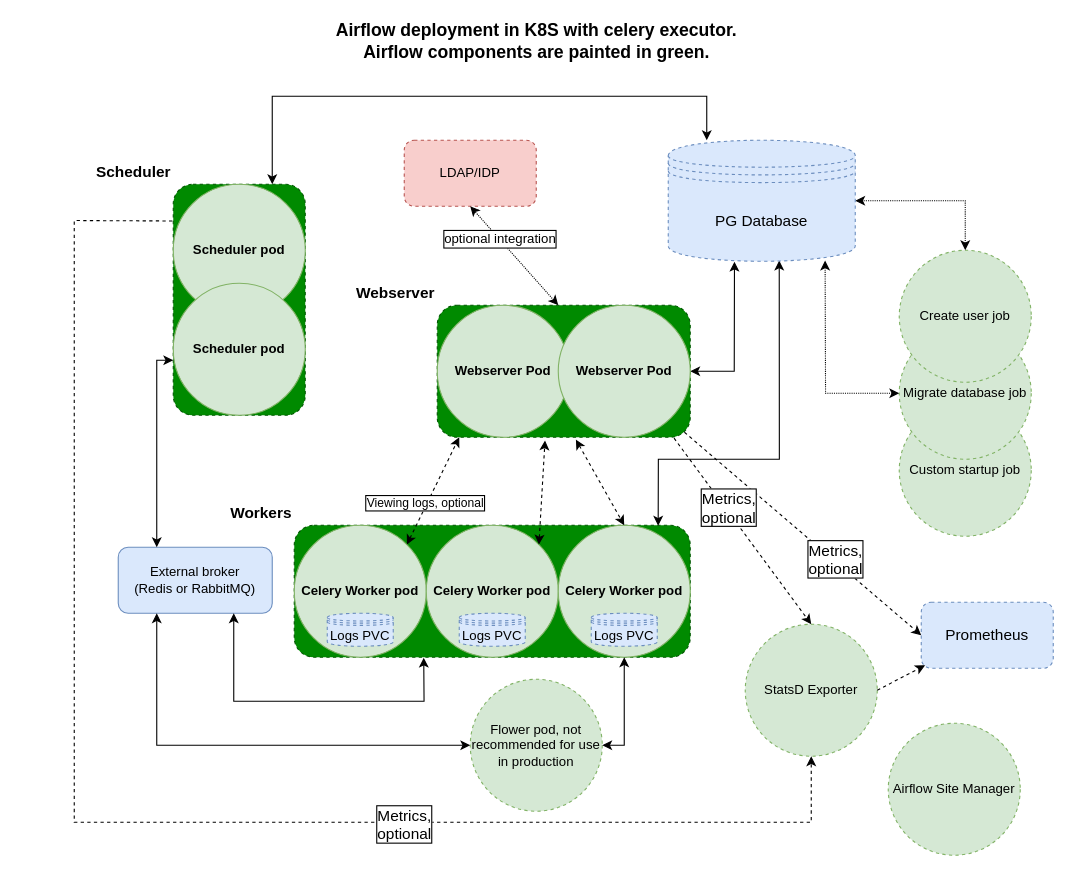
Above: docs/sources/drawio/airflow_arch_celery.drawio in Netcracker/qubership-airflow (draw.io), before the change. Source tidied: cells renumbered, new cells numbered last; positions are measured from the earlier drawing's top-left corner, leaving out a move shared by most shapes. Both pictures are drawn from the tidied source at 110%, with x=0, y=0 at pixel (74, 19).
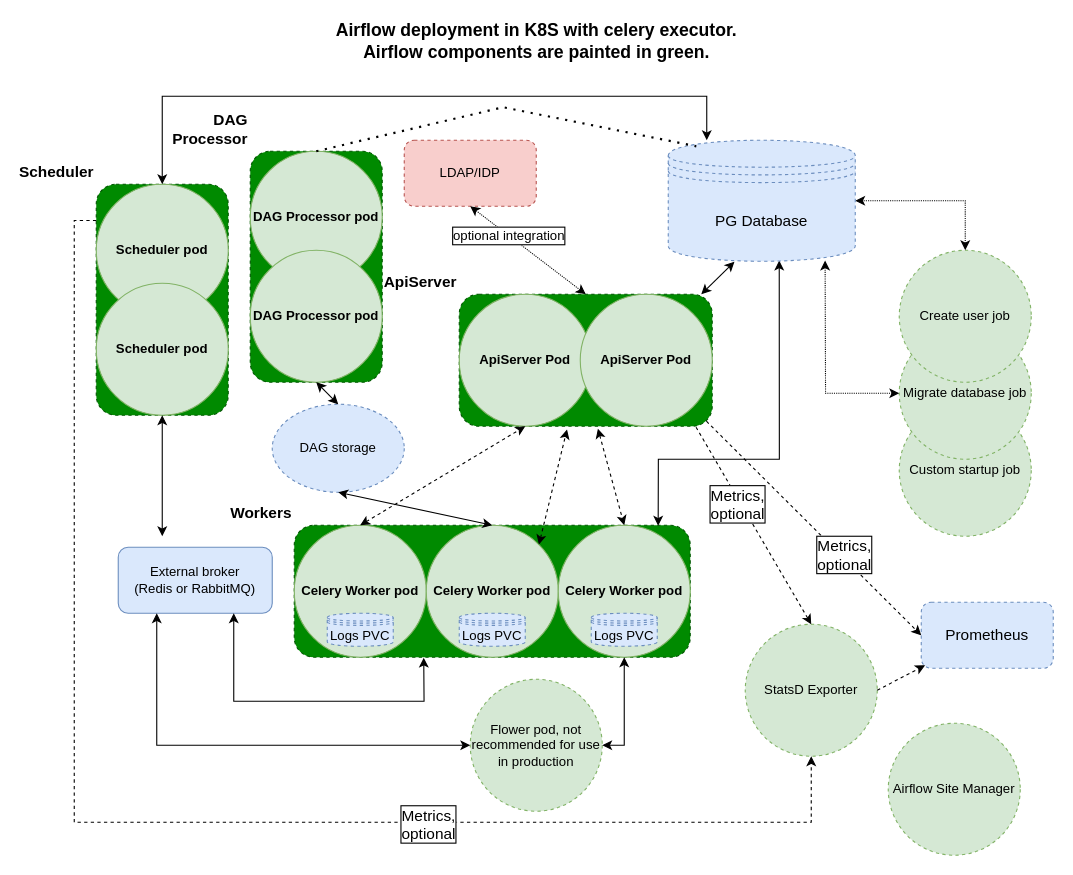
The same diagram, later.

Unchanged cells that the change refers to:
```xml
<mxCell id="3" value="External broker&lt;br&gt;(Redis or RabbitMQ)" style="rounded=1;whiteSpace=wrap;html=1;fillColor=#dae8fc;strokeColor=#6c8ebf;" parent="1" vertex="1">
  <mxGeometry x="40" y="480" width="140" height="60" as="geometry" />
</mxCell>
<mxCell id="10" value="&lt;b&gt;Celery Worker pod&lt;/b&gt;" style="ellipse;whiteSpace=wrap;html=1;fillColor=#d5e8d4;strokeColor=#82b366;" parent="1" vertex="1">
  <mxGeometry x="200" y="460" width="120" height="120" as="geometry" />
</mxCell>
<mxCell id="11" value="&lt;b&gt;Celery Worker pod&lt;/b&gt;" style="ellipse;whiteSpace=wrap;html=1;fillColor=#d5e8d4;strokeColor=#82b366;" parent="1" vertex="1">
  <mxGeometry x="320" y="460" width="120" height="120" as="geometry" />
</mxCell>
<mxCell id="18" value="LDAP/IDP" style="rounded=1;whiteSpace=wrap;html=1;fillColor=#f8cecc;strokeColor=#b85450;dashed=1;" parent="1" vertex="1">
  <mxGeometry x="300" y="110" width="120" height="60" as="geometry" />
</mxCell>
<mxCell id="28" value="StatsD Exporter" style="ellipse;whiteSpace=wrap;html=1;fontSize=12;fillColor=#d5e8d4;dashed=1;strokeColor=#82b366;" parent="1" vertex="1">
  <mxGeometry x="610" y="550" width="120" height="120" as="geometry" />
</mxCell>
<mxCell id="29" value="PG Database" style="shape=datastore;whiteSpace=wrap;html=1;shadow=0;dashed=1;fontSize=14;fillColor=#dae8fc;strokeColor=#6c8ebf;" parent="1" vertex="1">
  <mxGeometry x="540" y="110" width="170" height="110" as="geometry" />
</mxCell>
```

Diff of the diagram source:
```diff
@@
-    <mxCell id="5" value="&lt;b&gt;&lt;font style=&quot;font-size: 14px&quot; color=&quot;#000000&quot;&gt;Webserver&lt;/font&gt;&lt;/b&gt;" style="rounded=1;whiteSpace=wrap;html=1;dashed=1;spacingTop=0;labelPosition=left;verticalLabelPosition=top;align=right;verticalAlign=bottom;fillColor=#008a00;fontColor=#ffffff;strokeColor=#005700;" parent="1" vertex="1">
-      <mxGeometry x="330" y="260" width="230" height="120" as="geometry" />
+    <mxCell id="5" value="&lt;font color=&quot;#000000&quot;&gt;&lt;span style=&quot;font-size: 14px&quot;&gt;&lt;b&gt;ApiServer&lt;/b&gt;&lt;/span&gt;&lt;/font&gt;" style="rounded=1;whiteSpace=wrap;html=1;dashed=1;spacingTop=0;labelPosition=left;verticalLabelPosition=top;align=right;verticalAlign=bottom;fillColor=#008a00;fontColor=#ffffff;strokeColor=#005700;" parent="1" vertex="1">
+      <mxGeometry x="350" y="250" width="230" height="120" as="geometry" />
     </mxCell>
     <mxCell id="6" value="&lt;b&gt;&lt;font style=&quot;font-size: 14px&quot; color=&quot;#000000&quot;&gt;Scheduler&lt;/font&gt;&lt;/b&gt;" style="rounded=1;whiteSpace=wrap;html=1;dashed=1;spacingTop=0;labelPosition=left;verticalLabelPosition=top;align=right;verticalAlign=bottom;fillColor=#008a00;fontColor=#ffffff;strokeColor=#005700;" parent="1" vertex="1">
-      <mxGeometry x="90" y="150" width="120" height="210" as="geometry" />
+      <mxGeometry x="20" y="150" width="120" height="210" as="geometry" />
     </mxCell>
-    <mxCell id="7" value="&lt;b&gt;Webserver Pod&lt;/b&gt;" style="ellipse;whiteSpace=wrap;html=1;fillColor=#d5e8d4;strokeColor=#82b366;" parent="1" vertex="1">
-      <mxGeometry x="330" y="260" width="120" height="120" as="geometry" />
+    <mxCell id="7" value="&lt;b&gt;ApiServer Pod&lt;/b&gt;" style="ellipse;whiteSpace=wrap;html=1;fillColor=#d5e8d4;strokeColor=#82b366;" parent="1" vertex="1">
+      <mxGeometry x="350" y="250" width="120" height="120" as="geometry" />
     </mxCell>
     <mxCell id="8" value="&lt;b&gt;Scheduler pod&lt;br&gt;&lt;/b&gt;" style="ellipse;whiteSpace=wrap;html=1;fillColor=#d5e8d4;strokeColor=#82b366;" parent="1" vertex="1">
-      <mxGeometry x="90" y="150" width="120" height="120" as="geometry" />
+      <mxGeometry x="20" y="150" width="120" height="120" as="geometry" />
     </mxCell>
     <mxCell id="9" value="&lt;b&gt;Scheduler pod&lt;/b&gt;" style="ellipse;whiteSpace=wrap;html=1;fillColor=#d5e8d4;strokeColor=#82b366;" parent="1" vertex="1">
-      <mxGeometry x="90" y="240" width="120" height="120" as="geometry" />
+      <mxGeometry x="20" y="240" width="120" height="120" as="geometry" />
     </mxCell>
@@
-    <mxCell id="14" style="endArrow=classic;startArrow=classic;html=1;rounded=0;exitX=1;exitY=0.5;exitDx=0;exitDy=0;entryX=0.39;entryY=1.004;entryDx=0;entryDy=0;entryPerimeter=0;exitPerimeter=0;" parent="1" edge="1" source="26">
+    <mxCell id="14" style="endArrow=classic;startArrow=classic;html=1;rounded=0;entryX=0.39;entryY=1.004;entryDx=0;entryDy=0;entryPerimeter=0;" parent="1" edge="1">
       <mxGeometry relative="1" as="geometry">
+        <mxPoint x="570" y="250" as="sourcePoint" />
         <mxPoint x="600.2" y="220.4" as="targetPoint" />
-        <Array as="points">
-          <mxPoint x="600" y="320" />
-        </Array>
       </mxGeometry>
     </mxCell>
-    <mxCell id="15" value="Viewing logs, optional" style="endArrow=classic;startArrow=classic;html=1;rounded=0;exitX=1;exitY=0;exitDx=0;exitDy=0;dashed=1;labelBorderColor=default;" parent="1" edge="1" source="10">
-      <mxGeometry x="-0.24" y="1" relative="1" as="geometry">
-        <mxPoint x="350" y="380" as="targetPoint" />
-      </mxGeometry>
-    </mxCell>
@@
-    <mxCell id="19" value="&lt;font style=&quot;font-size: 12px&quot;&gt;optional integration&lt;/font&gt;" style="endArrow=classic;startArrow=classic;html=1;rounded=0;entryX=0.5;entryY=1;entryDx=0;entryDy=0;dashed=1;dashPattern=1 1;labelBorderColor=default;" parent="1" edge="1" target="18">
-      <mxGeometry x="0.33" relative="1" as="geometry">
-        <mxPoint x="440" y="260" as="sourcePoint" />
-      </mxGeometry>
+    <mxCell id="19" value="&lt;font style=&quot;font-size: 12px&quot;&gt;optional integration&lt;/font&gt;" style="endArrow=classic;startArrow=classic;html=1;rounded=0;entryX=0.5;entryY=1;entryDx=0;entryDy=0;dashed=1;dashPattern=1 1;labelBorderColor=default;exitX=0.5;exitY=0;exitDx=0;exitDy=0;" parent="1" edge="1" source="5" target="18">
+      <mxGeometry x="0.33" relative="1" as="geometry" />
     </mxCell>
@@
-    <mxCell id="26" value="&lt;b&gt;Webserver Pod&lt;/b&gt;" style="ellipse;whiteSpace=wrap;html=1;fillColor=#d5e8d4;strokeColor=#82b366;" parent="1" vertex="1">
-      <mxGeometry x="440" y="260" width="120" height="120" as="geometry" />
+    <mxCell id="26" value="&lt;b&gt;ApiServer Pod&lt;/b&gt;" style="ellipse;whiteSpace=wrap;html=1;fillColor=#d5e8d4;strokeColor=#82b366;" parent="1" vertex="1">
+      <mxGeometry x="460" y="250" width="120" height="120" as="geometry" />
     </mxCell>
-    <mxCell id="27" style="endArrow=classic;startArrow=classic;html=1;rounded=0;labelBackgroundColor=none;fontSize=14;fontColor=#000000;exitX=0.75;exitY=0;exitDx=0;exitDy=0;entryX=0.25;entryY=0;entryDx=0;entryDy=0;" parent="1" edge="1" source="6">
+    <mxCell id="27" style="endArrow=classic;startArrow=classic;html=1;rounded=0;labelBackgroundColor=none;fontSize=14;fontColor=#000000;exitX=0.5;exitY=0;exitDx=0;exitDy=0;entryX=0.25;entryY=0;entryDx=0;entryDy=0;" parent="1" edge="1" source="8">
       <mxGeometry relative="1" as="geometry">
         <mxPoint x="575" y="110" as="targetPoint" />
         <Array as="points">
-          <mxPoint x="180" y="70" />
+          <mxPoint x="80" y="70" />
           <mxPoint x="350" y="70" />
           <mxPoint x="575" y="70" />
         </Array>
       </mxGeometry>
     </mxCell>
@@
-    <mxCell id="36" style="endArrow=classic;html=1;rounded=0;dashed=1;labelBackgroundColor=none;fontSize=14;fontColor=#FFFFFF;exitX=-0.007;exitY=0.159;exitDx=0;exitDy=0;exitPerimeter=0;entryX=0.5;entryY=1;entryDx=0;entryDy=0;" parent="1" edge="1" source="6" target="28">
+    <mxCell id="36" style="endArrow=classic;html=1;rounded=0;dashed=1;labelBackgroundColor=none;fontSize=14;fontColor=#FFFFFF;entryX=0.5;entryY=1;entryDx=0;entryDy=0;" parent="1" edge="1" target="28">
       <mxGeometry relative="1" as="geometry">
+        <mxPoint x="20" y="183" as="sourcePoint" />
         <Array as="points">
           <mxPoint y="183" />
           <mxPoint y="730" />
           <mxPoint x="310" y="730" />
           <mxPoint x="670" y="730" />
         </Array>
       </mxGeometry>
     </mxCell>
@@
-    <mxCell id="39" style="endArrow=classic;startArrow=classic;html=1;rounded=0;entryX=0;entryY=0.583;entryDx=0;entryDy=0;exitX=0.25;exitY=0;exitDx=0;exitDy=0;entryPerimeter=0;" parent="1" edge="1" source="3" target="9">
+    <mxCell id="39" style="endArrow=classic;startArrow=classic;html=1;rounded=0;entryX=0.5;entryY=1;entryDx=0;entryDy=0;" parent="1" edge="1" target="9">
       <mxGeometry relative="1" as="geometry">
-        <Array as="points">
-          <mxPoint x="75" y="310" />
-        </Array>
+        <mxPoint x="80" y="470" as="sourcePoint" />
       </mxGeometry>
     </mxCell>
@@
+    <mxCell id="46" value="&lt;b&gt;&lt;font style=&quot;font-size: 14px&quot; color=&quot;#000000&quot;&gt;DAG&lt;br&gt;Processor&lt;br&gt;&lt;/font&gt;&lt;/b&gt;" style="rounded=1;whiteSpace=wrap;html=1;dashed=1;spacingTop=0;labelPosition=left;verticalLabelPosition=top;align=right;verticalAlign=bottom;fillColor=#008a00;fontColor=#ffffff;strokeColor=#005700;" parent="1" vertex="1">
+      <mxGeometry x="160" y="120" width="120" height="210" as="geometry" />
+    </mxCell>
+    <mxCell id="47" value="&lt;b&gt;DAG Processor pod&lt;br&gt;&lt;/b&gt;" style="ellipse;whiteSpace=wrap;html=1;fillColor=#d5e8d4;strokeColor=#82b366;" parent="1" vertex="1">
+      <mxGeometry x="160" y="120" width="120" height="120" as="geometry" />
+    </mxCell>
+    <mxCell id="48" value="&lt;b&gt;DAG Processor pod&lt;/b&gt;" style="ellipse;whiteSpace=wrap;html=1;fillColor=#d5e8d4;strokeColor=#82b366;" parent="1" vertex="1">
+      <mxGeometry x="160" y="210" width="120" height="120" as="geometry" />
+    </mxCell>
+    <mxCell id="49" style="endArrow=classic;startArrow=classic;html=1;rounded=0;dashed=1;exitX=0.5;exitY=0;exitDx=0;exitDy=0;entryX=0.5;entryY=1;entryDx=0;entryDy=0;" parent="1" edge="1" source="10" target="7">
+      <mxGeometry relative="1" as="geometry" />
+    </mxCell>
+    <mxCell id="50" value="DAG storage" style="ellipse;whiteSpace=wrap;html=1;fillColor=#dae8fc;strokeColor=#6c8ebf;dashed=1;" parent="1" vertex="1">
+      <mxGeometry x="180" y="350" width="120" height="80" as="geometry" />
+    </mxCell>
+    <mxCell id="51" style="endArrow=classic;startArrow=classic;html=1;rounded=0;exitX=0.5;exitY=0;exitDx=0;exitDy=0;entryX=0.5;entryY=1;entryDx=0;entryDy=0;" parent="1" edge="1" source="50" target="48">
+      <mxGeometry relative="1" as="geometry" />
+    </mxCell>
+    <mxCell id="52" style="endArrow=classic;startArrow=classic;html=1;rounded=0;exitX=0.5;exitY=1;exitDx=0;exitDy=0;entryX=0.5;entryY=0;entryDx=0;entryDy=0;" parent="1" edge="1" source="50" target="11">
+      <mxGeometry relative="1" as="geometry" />
+    </mxCell>
+    <mxCell id="53" style="endArrow=none;dashed=1;html=1;dashPattern=1 3;strokeWidth=2;rounded=0;exitX=0.5;exitY=0;exitDx=0;exitDy=0;entryX=0.15;entryY=0.05;entryDx=0;entryDy=0;entryPerimeter=0;" parent="1" edge="1" source="47" target="29">
+      <mxGeometry relative="1" as="geometry">
+        <Array as="points">
+          <mxPoint x="390" y="80" />
+        </Array>
+      </mxGeometry>
+    </mxCell>
```
